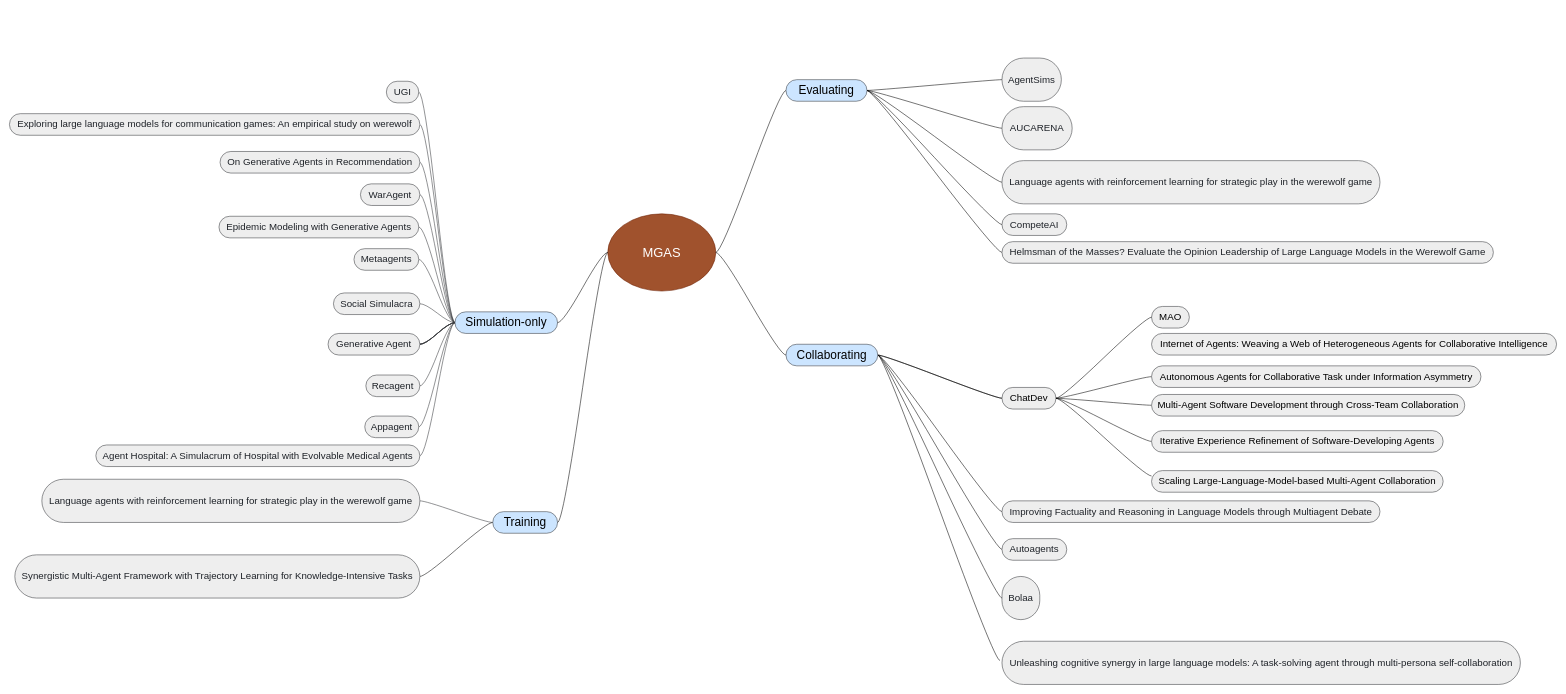
Above: page "Application_framework" (4 of 5) of Sim_Survey.drawio in bianhua-12/Multi-generative_Agent_System_survey (draw.io), before the change. Source tidied: cells renumbered, new cells numbered last; positions are measured from the earlier drawing's top-left corner, leaving out a move shared by most shapes. Both pictures are drawn from the tidied source at 54%, with x=0, y=0 at pixel (9, 58).
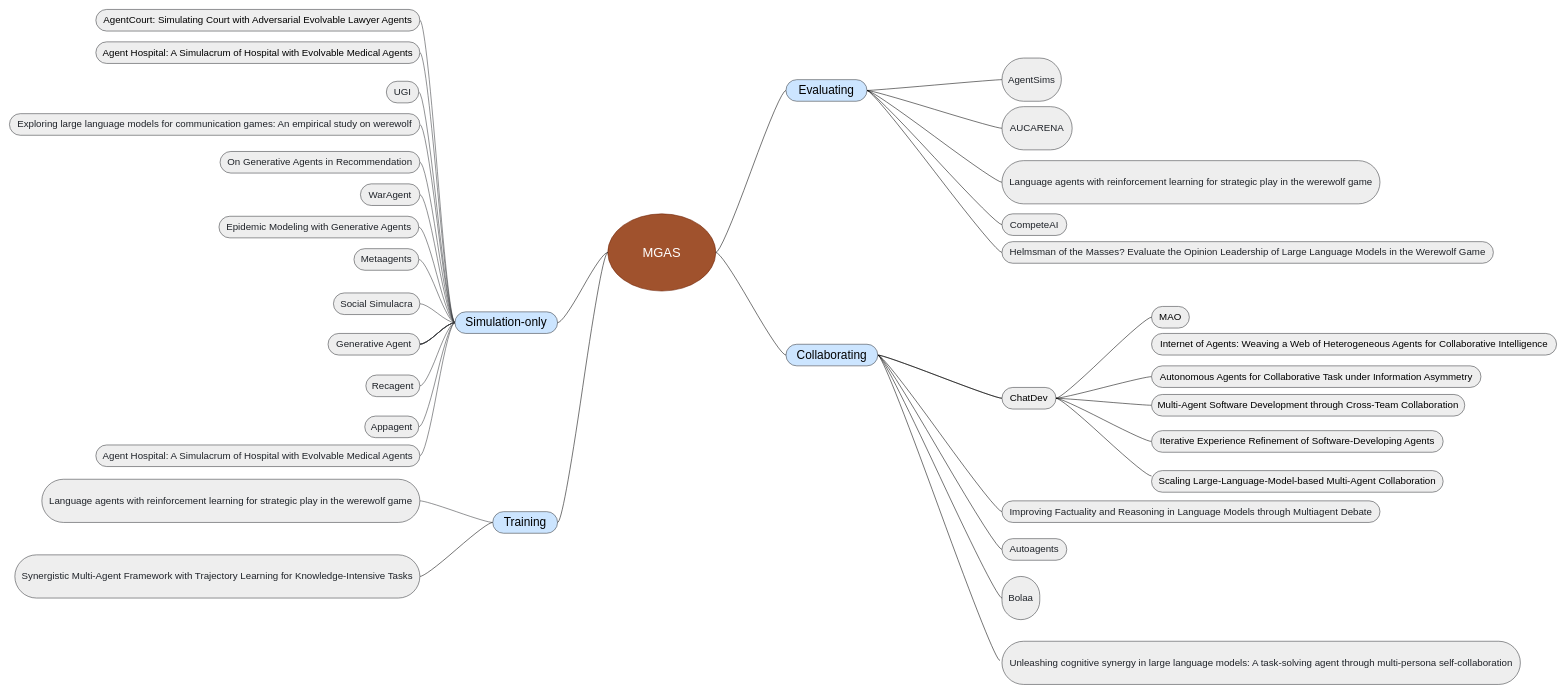
The same diagram, later.

The change refers to these unchanged cells:
```xml
<mxCell id="18" value="Simulation-only" style="whiteSpace=wrap;html=1;rounded=1;arcSize=50;align=center;verticalAlign=middle;strokeWidth=1;spacing=4;newEdgeStyle={&quot;edgeStyle&quot;:&quot;entityRelationEdgeStyle&quot;,&quot;startArrow&quot;:&quot;none&quot;,&quot;endArrow&quot;:&quot;none&quot;,&quot;segment&quot;:10,&quot;curved&quot;:1,&quot;sourcePerimeterSpacing&quot;:0,&quot;targetPerimeterSpacing&quot;:0};fontSize=22;fillColor=#cce5ff;strokeColor=#36393d;" parent="1" vertex="1">
  <mxGeometry x="825" y="470" width="190" height="40" as="geometry" />
</mxCell>
```

Change to the diagram source:
```diff
@@
+    <mxCell id="73" style="edgeStyle=entityRelationEdgeStyle;rounded=0;jettySize=auto;html=1;startArrow=none;endArrow=none;segment=10;curved=1;sourcePerimeterSpacing=0;targetPerimeterSpacing=0;fillColor=#eeeeee;strokeColor=#36393d;exitX=0;exitY=0.5;exitDx=0;exitDy=0;" parent="1" edge="1" source="18" target="74">
+      <mxGeometry relative="1" as="geometry" />
+    </mxCell>
+    <mxCell id="74" value="&lt;div&gt;&lt;div style=&quot;white-space-collapse: preserve;&quot;&gt;Agent Hospital: A Simulacrum of Hospital with Evolvable Medical Agents&lt;/div&gt;&lt;/div&gt;&lt;span style=&quot;white-space-collapse: preserve;&quot;&gt;&lt;/span&gt;" style="whiteSpace=wrap;html=1;fontSize=18;rounded=1;arcSize=50;strokeWidth=1;spacing=4;fillColor=#eeeeee;strokeColor=#36393d;" parent="1" vertex="1">
+      <mxGeometry x="160" y="-30" width="600" height="40" as="geometry" />
+    </mxCell>
+    <mxCell id="75" value="&lt;div&gt;&lt;div style=&quot;white-space-collapse: preserve;&quot;&gt;&lt;div&gt;AgentCourt: Simulating Court with Adversarial Evolvable Lawyer Agents&lt;/div&gt;&lt;/div&gt;&lt;/div&gt;&lt;span style=&quot;white-space-collapse: preserve;&quot;&gt;&lt;/span&gt;" style="whiteSpace=wrap;html=1;fontSize=18;rounded=1;arcSize=50;strokeWidth=1;spacing=4;fillColor=#eeeeee;strokeColor=#36393d;" parent="1" vertex="1">
+      <mxGeometry x="160" y="-90" width="600" height="40" as="geometry" />
+    </mxCell>
+    <mxCell id="76" style="edgeStyle=entityRelationEdgeStyle;rounded=0;jettySize=auto;html=1;startArrow=none;endArrow=none;segment=10;curved=1;sourcePerimeterSpacing=0;targetPerimeterSpacing=0;fillColor=#eeeeee;strokeColor=#36393d;exitX=0;exitY=0.5;exitDx=0;exitDy=0;" parent="1" edge="1" source="18" target="75">
+      <mxGeometry relative="1" as="geometry" />
+    </mxCell>
```
